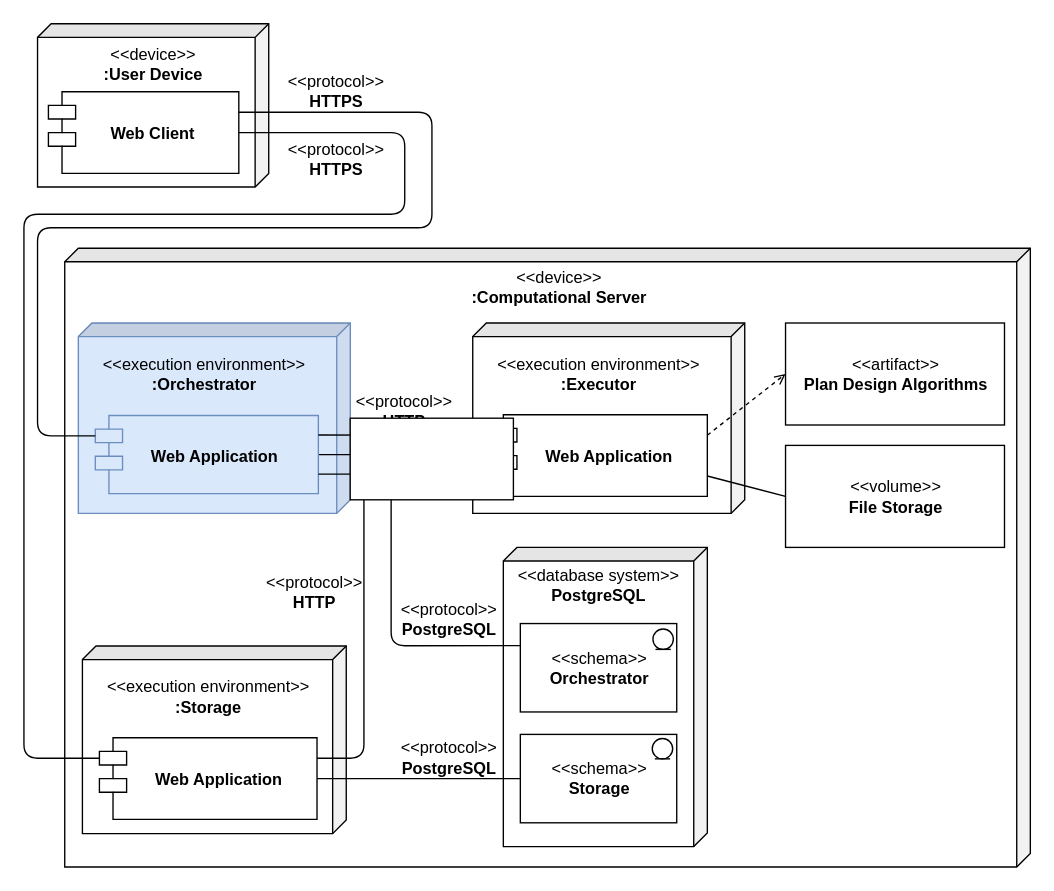
stalker-fc/diploma keeps this draw.io diagram as master/sources/report2k22/diagrams/deployment.drawio. Above is the earlier version. Source tidied: cells renumbered, new cells numbered last; positions are measured from the earlier drawing's top-left corner, leaving out a move shared by most shapes. Both pictures are drawn from the tidied source at 136%, with x=0, y=0 at pixel (23, 23).
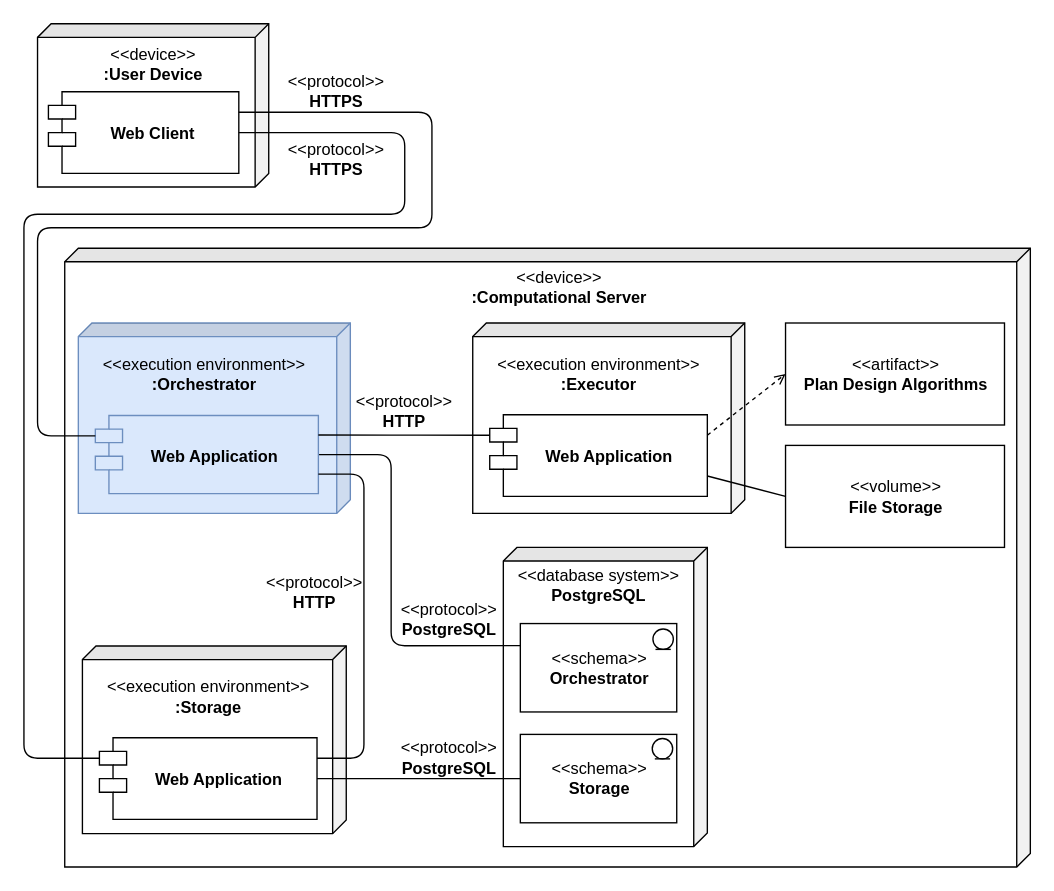
After the change.

Change to the diagram source:
```diff
@@
-    <mxCell id="43" style="whiteSpace=wrap;html=1;" parent="1" vertex="1">
-      <mxGeometry x="240" y="290" width="120" height="60" as="geometry" />
-    </mxCell>
```
